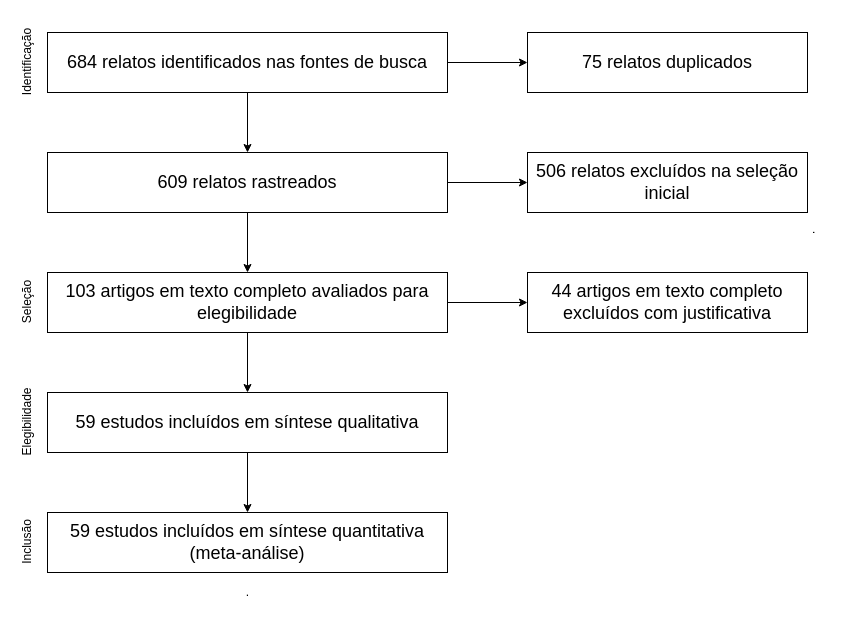
Earlier version of the draw.io diagram fluxo.drawio (liviafernanda/diagrams). Source tidied: cells renumbered, new cells numbered last; positions are measured from the earlier drawing's top-left corner, leaving out a move shared by most shapes. Both pictures are drawn from the tidied source at 100%, with x=0, y=0 at pixel (-18, 32).
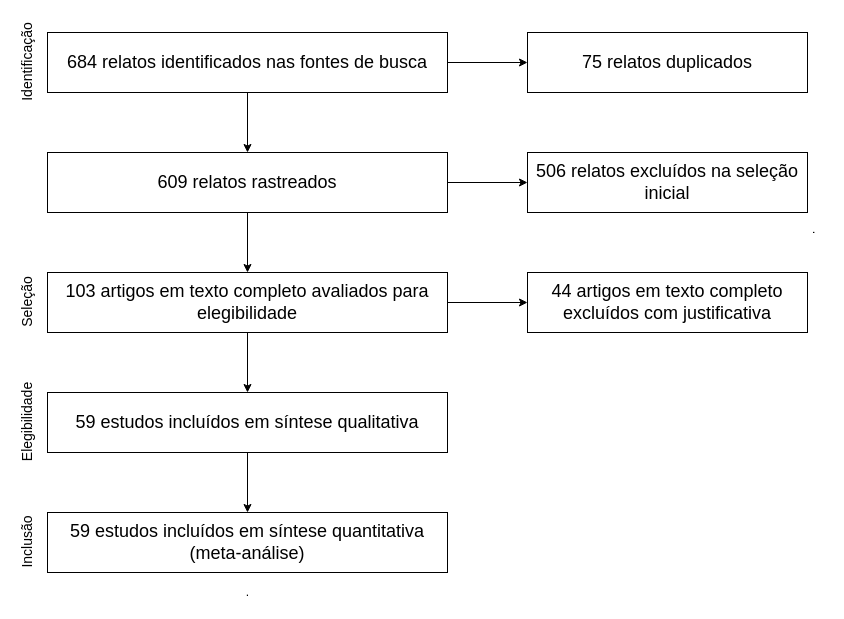
The same page after the edit.

Change to the diagram source:
```diff
@@
-    <mxCell id="5" value="Identificação" style="text;html=1;align=center;verticalAlign=middle;fontFamily=Helvetica;rotation=270;" parent="1" vertex="1">
-      <mxGeometry x="5" y="20" width="80" height="20" as="geometry" />
+    <mxCell id="5" value="&lt;font style=&quot;font-size: 14px&quot;&gt;Identificação&lt;/font&gt;" style="text;html=1;align=center;verticalAlign=middle;fontFamily=Helvetica;rotation=270;" parent="1" vertex="1">
+      <mxGeometry y="20" width="90" height="20" as="geometry" />
     </mxCell>
@@
-    <mxCell id="11" value="Elegibilidade" style="text;html=1;align=center;verticalAlign=middle;fontFamily=Helvetica;rotation=270;" parent="1" vertex="1">
+    <mxCell id="11" value="&lt;font style=&quot;font-size: 14px&quot;&gt;Elegibilidade&lt;/font&gt;" style="text;html=1;align=center;verticalAlign=middle;fontFamily=Helvetica;rotation=270;" parent="1" vertex="1">
       <mxGeometry y="380" width="90" height="20" as="geometry" />
     </mxCell>
@@
-    <mxCell id="19" value="Seleção" style="text;html=1;align=center;verticalAlign=middle;fontFamily=Helvetica;rotation=270;" parent="1" vertex="1">
-      <mxGeometry x="15" y="260" width="60" height="20" as="geometry" />
+    <mxCell id="19" value="&lt;font style=&quot;font-size: 14px&quot;&gt;Seleção&lt;/font&gt;" style="text;html=1;align=center;verticalAlign=middle;fontFamily=Helvetica;rotation=270;" parent="1" vertex="1">
+      <mxGeometry x="10" y="260" width="70" height="20" as="geometry" />
     </mxCell>
-    <mxCell id="20" value="Inclusão" style="text;html=1;align=center;verticalAlign=middle;fontFamily=Helvetica;rotation=270;" parent="1" vertex="1">
-      <mxGeometry x="15" y="500" width="60" height="20" as="geometry" />
+    <mxCell id="20" value="&lt;font style=&quot;font-size: 14px&quot;&gt;Inclusão&lt;/font&gt;" style="text;html=1;align=center;verticalAlign=middle;fontFamily=Helvetica;rotation=270;" parent="1" vertex="1">
+      <mxGeometry x="10" y="500" width="70" height="20" as="geometry" />
     </mxCell>
```
